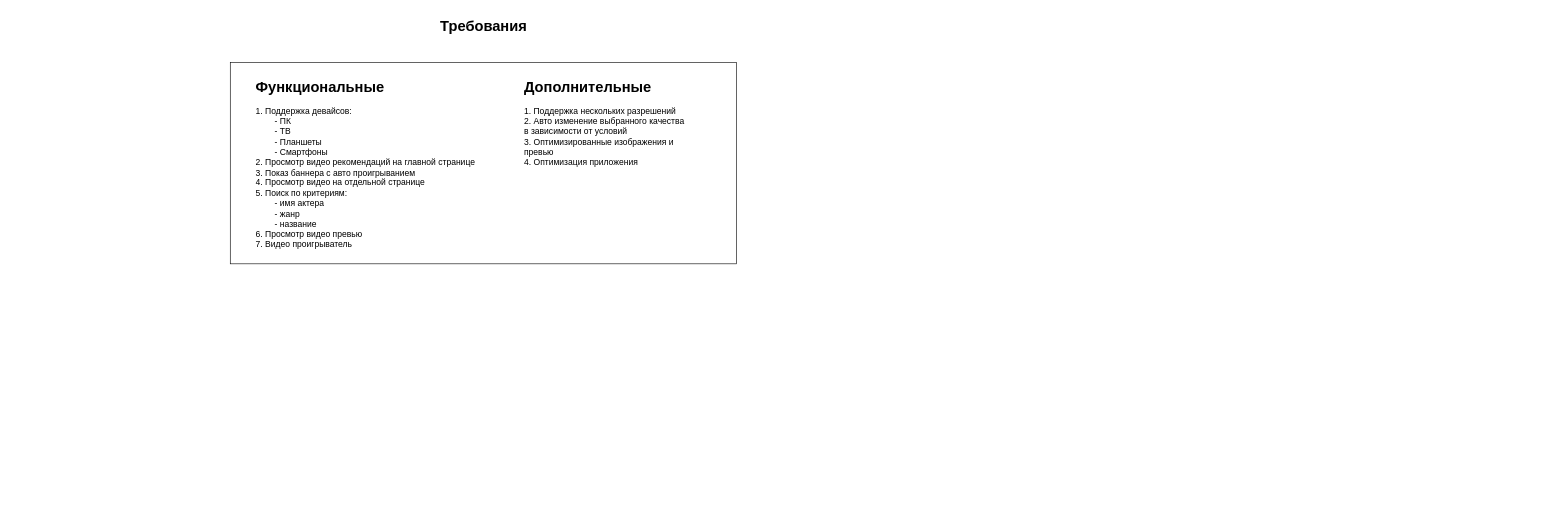
Earlier version of the draw.io diagram SD_netflix.drawio (kshavkatg/diagrams). Source tidied: cells renumbered, new cells numbered last; positions are measured from the earlier drawing's top-left corner, leaving out a move shared by most shapes. Both pictures are drawn from the tidied source at 61%, with x=0, y=0 at pixel (230, 13).
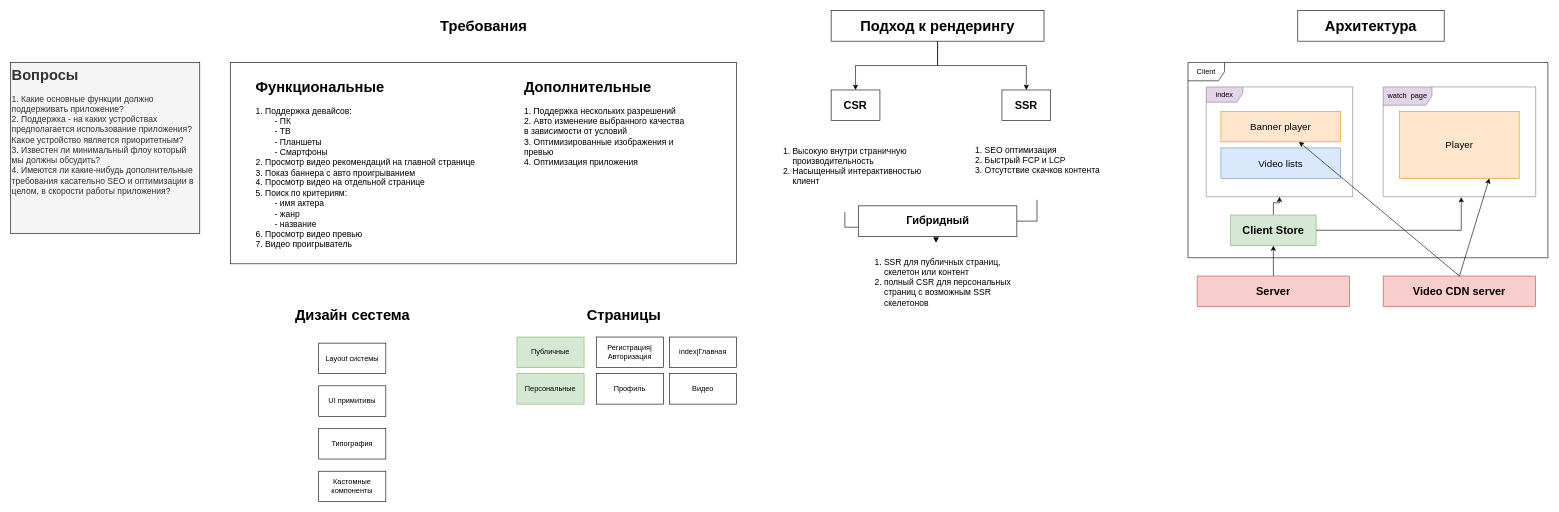
The same page after the edit.

What changed in the source:
```diff
@@
     <mxCell id="3" value="&lt;h1 style=&quot;margin-top: 0px;&quot;&gt;Функциональные&lt;/h1&gt;&lt;p style=&quot;font-size: 14px;&quot;&gt;1. Поддержка девайсов:&lt;br&gt;&lt;span style=&quot;white-space: pre;&quot;&gt;&#9;&lt;/span&gt;- ПК&lt;br&gt;&lt;span style=&quot;white-space: pre;&quot;&gt;&#9;&lt;/span&gt;- ТВ&lt;br&gt;&lt;span style=&quot;white-space: pre;&quot;&gt;&#9;&lt;/span&gt;- Планшеты&lt;br&gt;&lt;span style=&quot;white-space: pre;&quot;&gt;&#9;&lt;/span&gt;- Смартфоны&lt;br&gt;2. Просмотр видео рекомендаций на главной странице&lt;br&gt;3. Показ баннера с авто проигрыванием&amp;nbsp;&lt;br&gt;&lt;span style=&quot;background-color: initial;&quot;&gt;4. Просмотр видео на отдельной странице&lt;br&gt;5. Поиск по критериям:&lt;br&gt;&lt;span style=&quot;white-space: pre;&quot;&gt;&#9;&lt;/span&gt;- имя актера&lt;br&gt;&lt;span style=&quot;white-space: pre;&quot;&gt;&#9;&lt;/span&gt;- жанр&lt;br&gt;&lt;span style=&quot;white-space: pre;&quot;&gt;&#9;&lt;/span&gt;- название&lt;br&gt;6. Просмотр видео превью&amp;nbsp;&lt;br&gt;7. Видео проигрыватель&lt;/span&gt;&lt;/p&gt;" style="text;html=1;whiteSpace=wrap;overflow=hidden;rounded=0;" parent="1" vertex="1">
-      <mxGeometry x="40" y="100" width="400" height="410" as="geometry" />
+      <mxGeometry x="40" y="100" width="400" height="300" as="geometry" />
     </mxCell>
@@
+    <mxCell id="6" value="Дизайн сестема" style="text;strokeColor=none;fillColor=none;html=1;fontSize=24;fontStyle=1;verticalAlign=middle;align=center;" parent="1" vertex="1">
+      <mxGeometry x="90" y="475" width="220" height="40" as="geometry" />
+    </mxCell>
+    <mxCell id="7" value="UI примитивы" style="html=1;whiteSpace=wrap;" parent="1" vertex="1">
+      <mxGeometry x="145" y="610" width="110" height="50" as="geometry" />
+    </mxCell>
+    <mxCell id="8" value="Layout системы" style="html=1;whiteSpace=wrap;" parent="1" vertex="1">
+      <mxGeometry x="145" y="540" width="110" height="50" as="geometry" />
+    </mxCell>
+    <mxCell id="9" value="Типография" style="html=1;whiteSpace=wrap;" parent="1" vertex="1">
+      <mxGeometry x="145" y="680" width="110" height="50" as="geometry" />
+    </mxCell>
+    <mxCell id="10" value="Кастомные компоненты" style="html=1;whiteSpace=wrap;" parent="1" vertex="1">
+      <mxGeometry x="145" y="750" width="110" height="50" as="geometry" />
+    </mxCell>
+    <mxCell id="11" value="Страницы" style="text;strokeColor=none;fillColor=none;html=1;fontSize=24;fontStyle=1;verticalAlign=middle;align=center;" parent="1" vertex="1">
+      <mxGeometry x="535" y="475" width="220" height="40" as="geometry" />
+    </mxCell>
+    <mxCell id="12" value="Регистрация|Авторизация" style="html=1;whiteSpace=wrap;" parent="1" vertex="1">
+      <mxGeometry x="600" y="530" width="110" height="50" as="geometry" />
+    </mxCell>
+    <mxCell id="13" value="index|Главная" style="html=1;whiteSpace=wrap;" parent="1" vertex="1">
+      <mxGeometry x="720" y="530" width="110" height="50" as="geometry" />
+    </mxCell>
+    <mxCell id="14" value="Профиль" style="html=1;whiteSpace=wrap;" parent="1" vertex="1">
+      <mxGeometry x="600" y="590" width="110" height="50" as="geometry" />
+    </mxCell>
+    <mxCell id="15" value="Видео" style="html=1;whiteSpace=wrap;" parent="1" vertex="1">
+      <mxGeometry x="720" y="590" width="110" height="50" as="geometry" />
+    </mxCell>
+    <mxCell id="16" value="&lt;h1 style=&quot;margin-top: 0px;&quot;&gt;Вопросы&lt;/h1&gt;&lt;p&gt;&lt;font style=&quot;font-size: 14px;&quot;&gt;1. Какие основные функции должно поддерживать приложение?&lt;br&gt;2. Поддержка - на каких устройствах предполагается использование приложения? Какое устройство является приоритетным?&lt;br&gt;3. Известен ли минимальный флоу который мы должны обсудить?&lt;br&gt;4. Имеются ли какие-нибудь дополнительные требования касательно SEO и оптимизации в целом, в скорости работы приложения?&amp;nbsp;&lt;/font&gt;&lt;/p&gt;" style="text;html=1;whiteSpace=wrap;overflow=hidden;rounded=0;fillColor=#f5f5f5;fontColor=#333333;strokeColor=default;gradientColor=none;glass=0;" parent="1" vertex="1">
+      <mxGeometry x="-360" y="80" width="310" height="280" as="geometry" />
+    </mxCell>
+    <mxCell id="17" style="edgeStyle=orthogonalEdgeStyle;rounded=0;jettySize=auto;html=1;" parent="1" edge="1" source="19" target="20">
+      <mxGeometry relative="1" as="geometry" />
+    </mxCell>
+    <mxCell id="18" style="edgeStyle=orthogonalEdgeStyle;rounded=0;jettySize=auto;html=1;" parent="1" edge="1" source="19" target="21">
+      <mxGeometry relative="1" as="geometry" />
+    </mxCell>
+    <mxCell id="19" value="&lt;span style=&quot;font-size: 24px; font-weight: 700; text-wrap-mode: nowrap;&quot;&gt;Подход к рендерингу&lt;/span&gt;" style="html=1;whiteSpace=wrap;" parent="1" vertex="1">
+      <mxGeometry x="985" y="-5" width="349" height="50" as="geometry" />
+    </mxCell>
+    <mxCell id="20" value="&lt;span style=&quot;font-size: 18px; text-wrap-mode: nowrap;&quot;&gt;&lt;b style=&quot;font-size: 18px;&quot;&gt;CSR&lt;/b&gt;&lt;/span&gt;" style="html=1;whiteSpace=wrap;fontSize=18;" parent="1" vertex="1">
+      <mxGeometry x="985" y="125" width="80" height="50" as="geometry" />
+    </mxCell>
+    <mxCell id="21" value="&lt;span style=&quot;font-size: 18px; font-weight: 700; text-wrap-mode: nowrap;&quot;&gt;SSR&lt;/span&gt;" style="html=1;whiteSpace=wrap;fontSize=18;" parent="1" vertex="1">
+      <mxGeometry x="1265" y="125" width="80" height="50" as="geometry" />
+    </mxCell>
+    <mxCell id="22" value="Публичные" style="html=1;whiteSpace=wrap;fillColor=#d5e8d4;strokeColor=#82b366;" parent="1" vertex="1">
+      <mxGeometry x="470" y="530" width="110" height="50" as="geometry" />
+    </mxCell>
+    <mxCell id="23" value="Персональные" style="html=1;whiteSpace=wrap;fillColor=#d5e8d4;strokeColor=#82b366;" parent="1" vertex="1">
+      <mxGeometry x="470" y="590" width="110" height="50" as="geometry" />
+    </mxCell>
+    <mxCell id="24" style="edgeStyle=orthogonalEdgeStyle;rounded=0;jettySize=auto;html=1;" parent="1" edge="1" source="25" target="29">
+      <mxGeometry relative="1" as="geometry" />
+    </mxCell>
+    <mxCell id="25" value="&lt;ol style=&quot;font-size: 14px;&quot;&gt;&lt;li style=&quot;font-size: 14px;&quot;&gt;Высокую внутри страничную производительность&lt;/li&gt;&lt;li style=&quot;font-size: 14px;&quot;&gt;Насыщенный интерактивностью клиент&lt;/li&gt;&lt;/ol&gt;" style="text;strokeColor=none;fillColor=none;html=1;whiteSpace=wrap;verticalAlign=middle;overflow=hidden;fontSize=14;" parent="1" vertex="1">
+      <mxGeometry x="880" y="175" width="255" height="150" as="geometry" />
+    </mxCell>
+    <mxCell id="26" style="edgeStyle=orthogonalEdgeStyle;rounded=0;jettySize=auto;html=1;" parent="1" edge="1" source="27" target="29">
+      <mxGeometry relative="1" as="geometry" />
+    </mxCell>
+    <mxCell id="27" value="&lt;ol style=&quot;font-size: 14px;&quot;&gt;&lt;li style=&quot;font-size: 14px;&quot;&gt;SEO оптимизация&lt;/li&gt;&lt;li style=&quot;font-size: 14px;&quot;&gt;Быстрый FCP и LCP&lt;br&gt;&lt;/li&gt;&lt;li style=&quot;font-size: 14px;&quot;&gt;Отсутствие скачков контента&lt;/li&gt;&lt;/ol&gt;" style="text;strokeColor=none;fillColor=none;html=1;whiteSpace=wrap;verticalAlign=middle;overflow=hidden;fontSize=14;" parent="1" vertex="1">
+      <mxGeometry x="1195" y="175" width="255" height="130" as="geometry" />
+    </mxCell>
+    <mxCell id="28" value="&lt;span style=&quot;font-size: 18px; text-wrap-mode: nowrap;&quot;&gt;&lt;b style=&quot;font-size: 18px;&quot;&gt;Гибридный&lt;/b&gt;&lt;/span&gt;" style="html=1;whiteSpace=wrap;fontSize=18;" parent="1" vertex="1">
+      <mxGeometry x="1029.5" y="315" width="260" height="50" as="geometry" />
+    </mxCell>
+    <mxCell id="29" value="&lt;ol style=&quot;font-size: 14px;&quot;&gt;&lt;li style=&quot;font-size: 14px;&quot;&gt;SSR для публичных страниц, скелетон или контент&lt;/li&gt;&lt;li style=&quot;font-size: 14px;&quot;&gt;полный CSR для персональных страниц с возможным SSR скелетонов&lt;/li&gt;&lt;/ol&gt;" style="text;strokeColor=none;fillColor=none;html=1;whiteSpace=wrap;verticalAlign=middle;overflow=hidden;fontSize=14;" parent="1" vertex="1">
+      <mxGeometry x="1029.5" y="375" width="255" height="130" as="geometry" />
+    </mxCell>
+    <mxCell id="30" value="&lt;span style=&quot;font-size: 24px; text-wrap-mode: nowrap;&quot;&gt;&lt;b&gt;Архитектура&lt;/b&gt;&lt;/span&gt;" style="html=1;whiteSpace=wrap;" parent="1" vertex="1">
+      <mxGeometry x="1750" y="-5" width="240" height="50" as="geometry" />
+    </mxCell>
+    <mxCell id="31" value="Client" style="shape=umlFrame;whiteSpace=wrap;html=1;" parent="1" vertex="1">
+      <mxGeometry x="1570" y="80" width="590" height="320" as="geometry" />
+    </mxCell>
+    <mxCell id="32" value="index" style="shape=umlFrame;whiteSpace=wrap;html=1;width=60;height=25;fillColor=#e1d5e7;strokeColor=#9673a6;" parent="1" vertex="1">
+      <mxGeometry x="1600" y="120" width="240" height="180" as="geometry" />
+    </mxCell>
+    <mxCell id="33" value="watch&amp;nbsp; page" style="shape=umlFrame;whiteSpace=wrap;html=1;width=80;height=30;fillColor=#e1d5e7;strokeColor=#9673a6;" parent="1" vertex="1">
+      <mxGeometry x="1890" y="120" width="250" height="180" as="geometry" />
+    </mxCell>
+    <mxCell id="34" style="edgeStyle=orthogonalEdgeStyle;rounded=0;jettySize=auto;html=1;" parent="1" edge="1" source="35" target="32">
+      <mxGeometry relative="1" as="geometry" />
+    </mxCell>
+    <mxCell id="35" value="&lt;span style=&quot;font-size: 18px; font-weight: 700; text-wrap-mode: nowrap;&quot;&gt;Client Store&lt;/span&gt;" style="html=1;whiteSpace=wrap;fontSize=18;fillColor=#d5e8d4;strokeColor=#82b366;" parent="1" vertex="1">
+      <mxGeometry x="1640" y="330" width="140" height="50" as="geometry" />
+    </mxCell>
+    <mxCell id="36" value="Banner player" style="html=1;whiteSpace=wrap;fontSize=16;fillColor=#ffe6cc;strokeColor=#d79b00;" parent="1" vertex="1">
+      <mxGeometry x="1624" y="160" width="196" height="50" as="geometry" />
+    </mxCell>
+    <mxCell id="37" value="Video lists" style="html=1;whiteSpace=wrap;fontSize=16;fillColor=#dae8fc;strokeColor=#6c8ebf;" parent="1" vertex="1">
+      <mxGeometry x="1624" y="220" width="196" height="50" as="geometry" />
+    </mxCell>
+    <mxCell id="38" value="Player" style="html=1;whiteSpace=wrap;fontSize=16;fillColor=#ffe6cc;strokeColor=#d79b00;" parent="1" vertex="1">
+      <mxGeometry x="1917" y="160" width="196" height="110" as="geometry" />
+    </mxCell>
+    <mxCell id="39" style="edgeStyle=orthogonalEdgeStyle;rounded=0;jettySize=auto;html=1;" parent="1" edge="1" source="40" target="35">
+      <mxGeometry relative="1" as="geometry" />
+    </mxCell>
+    <mxCell id="40" value="&lt;span style=&quot;text-wrap-mode: nowrap;&quot;&gt;&lt;b&gt;Server&lt;/b&gt;&lt;/span&gt;" style="html=1;whiteSpace=wrap;fontSize=18;fillColor=#f8cecc;strokeColor=#b85450;" parent="1" vertex="1">
+      <mxGeometry x="1585" y="430" width="250" height="50" as="geometry" />
+    </mxCell>
+    <mxCell id="41" value="&lt;span style=&quot;font-size: 18px; font-weight: 700; text-wrap-mode: nowrap;&quot;&gt;Video CDN server&lt;/span&gt;" style="html=1;whiteSpace=wrap;fontSize=18;fillColor=#f8cecc;strokeColor=#b85450;" parent="1" vertex="1">
+      <mxGeometry x="1890" y="430" width="250" height="50" as="geometry" />
+    </mxCell>
+    <mxCell id="42" style="edgeStyle=orthogonalEdgeStyle;rounded=0;jettySize=auto;html=1;entryX=0.512;entryY=1.003;entryDx=0;entryDy=0;entryPerimeter=0;" parent="1" edge="1" source="35" target="33">
+      <mxGeometry relative="1" as="geometry" />
+    </mxCell>
+    <mxCell id="43" style="endArrow=classic;html=1;rounded=0;exitX=0.5;exitY=0;exitDx=0;exitDy=0;" parent="1" edge="1" source="41" target="36">
+      <mxGeometry relative="1" as="geometry" />
+    </mxCell>
+    <mxCell id="44" style="endArrow=classic;html=1;rounded=0;exitX=0.5;exitY=0;exitDx=0;exitDy=0;entryX=0.75;entryY=1;entryDx=0;entryDy=0;" parent="1" edge="1" source="41" target="38">
+      <mxGeometry relative="1" as="geometry" />
+    </mxCell>
```
